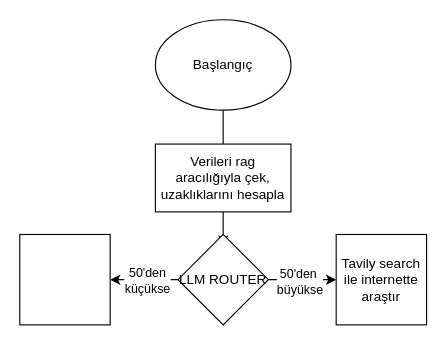
mustafamtu/CorragtMe keeps this draw.io diagram as project.dio. Above is the earlier version. Source tidied: cells renumbered, new cells numbered last; positions are measured from the earlier drawing's top-left corner, leaving out a move shared by most shapes. Both pictures are drawn from the tidied source at 113%, with x=0, y=0 at pixel (19, 19).
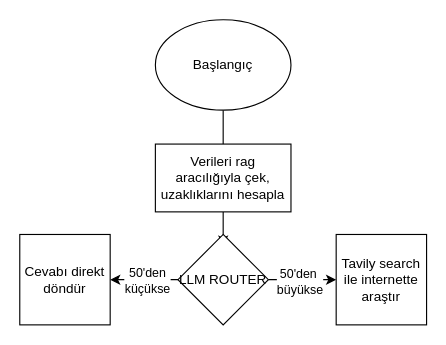
After the change.

Commit message (it also covers changes not shown here):
added: comment rows.

Change to the diagram source:
```diff
@@
 <mxGraphModel>
   <root>
     <mxCell id="0" />
     <mxCell id="1" parent="0" />
     <mxCell id="2" style="edgeStyle=none;html=1;" parent="1" edge="1" source="3">
       <mxGeometry relative="1" as="geometry">
         <mxPoint x="180" y="120" as="targetPoint" />
         <Array as="points">
           <mxPoint x="180" y="100" />
         </Array>
       </mxGeometry>
     </mxCell>
     <mxCell id="3" value="Başlangıç" style="ellipse;whiteSpace=wrap;html=1;shapeInside=1;" parent="1" vertex="1">
       <mxGeometry x="120" width="120" height="80" as="geometry" />
     </mxCell>
     <mxCell id="4" style="edgeStyle=none;html=1;" parent="1" edge="1" source="5">
       <mxGeometry relative="1" as="geometry">
         <mxPoint x="180" y="200" as="targetPoint" />
       </mxGeometry>
     </mxCell>
     <mxCell id="5" value="Verileri rag aracılığıyla çek, uzaklıklarını hesapla" style="rounded=0;whiteSpace=wrap;html=1;" parent="1" vertex="1">
       <mxGeometry x="120" y="110" width="120" height="60" as="geometry" />
     </mxCell>
     <mxCell id="6" style="edgeStyle=none;html=1;" parent="1" edge="1" source="10">
       <mxGeometry relative="1" as="geometry">
         <mxPoint x="280" y="230" as="targetPoint" />
       </mxGeometry>
     </mxCell>
     <mxCell id="7" value="50'den&amp;nbsp;&lt;div&gt;büyükse&lt;/div&gt;" style="edgeLabel;html=1;align=center;verticalAlign=middle;" parent="6" vertex="1">
       <mxGeometry x="-0.1" y="-1" relative="1" as="geometry" />
     </mxCell>
     <mxCell id="8" style="edgeStyle=none;html=1;" parent="1" edge="1" source="10">
       <mxGeometry relative="1" as="geometry">
         <mxPoint x="80" y="230" as="targetPoint" />
       </mxGeometry>
     </mxCell>
     <mxCell id="9" value="50'den&lt;div&gt;küçükse&lt;/div&gt;" style="edgeLabel;html=1;align=center;verticalAlign=middle;" parent="8" vertex="1">
       <mxGeometry x="-0.06" relative="1" as="geometry" />
     </mxCell>
     <mxCell id="10" value="LLM ROUTER" style="rhombus;whiteSpace=wrap;html=1;shapeInside=1;" parent="1" vertex="1">
       <mxGeometry x="140" y="190" width="80" height="80" as="geometry" />
     </mxCell>
-    <mxCell id="11" style="whiteSpace=wrap;html=1;" parent="1" vertex="1">
+    <mxCell id="11" value="Cevabı direkt döndür" style="whiteSpace=wrap;html=1;" parent="1" vertex="1">
       <mxGeometry y="190" width="80" height="80" as="geometry" />
     </mxCell>
     <mxCell id="12" value="Tavily search ile internette araştır" style="whiteSpace=wrap;html=1;" parent="1" vertex="1">
       <mxGeometry x="280" y="190" width="80" height="80" as="geometry" />
     </mxCell>
   </root>
 </mxGraphModel>
```
